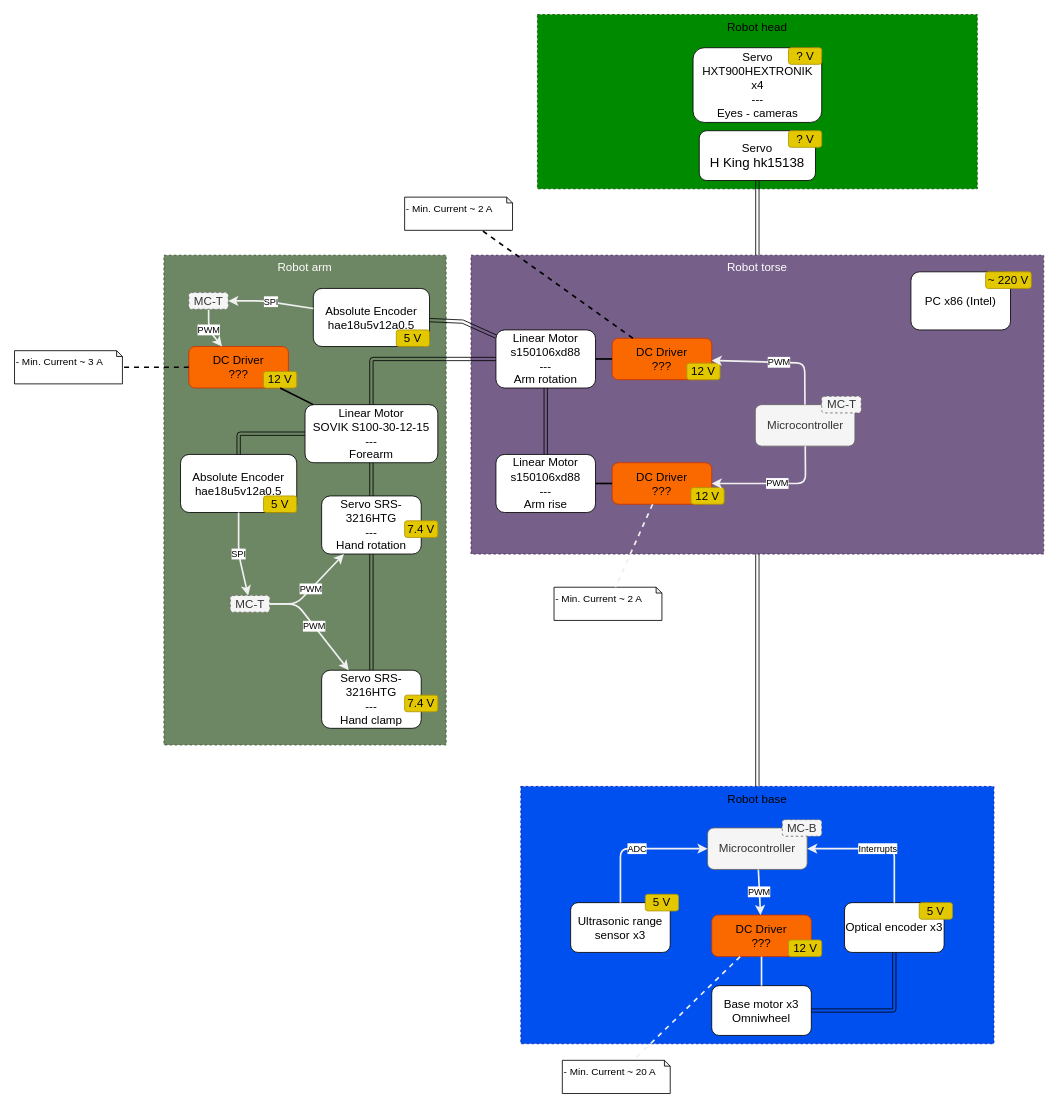
lsd-maddrive/mishanya-bot-project keeps this draw.io diagram as docs/schemes.drawio. Above is the earlier version. Source tidied: cells renumbered, new cells numbered last; positions are measured from the earlier drawing's top-left corner, leaving out a move shared by most shapes. Both pictures are drawn from the tidied source at 83%, with x=0, y=0 at pixel (14, 14).
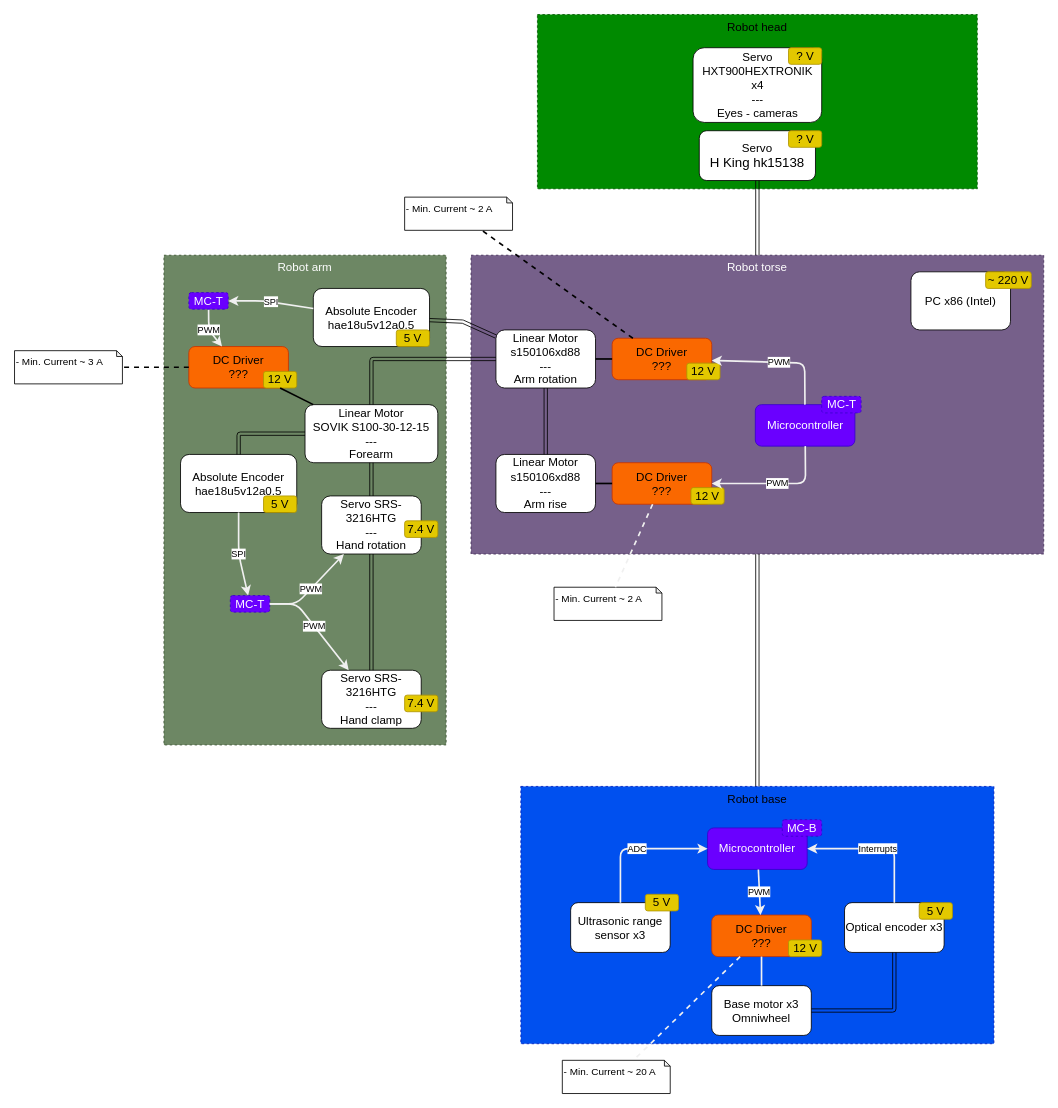
The same diagram, later.

Commit message (it also covers changes not shown here):
#3 Exported image of scheme

Diff of the diagram source:
```diff
@@
-    <mxCell id="52" value="&lt;span style=&quot;box-sizing: border-box ; text-align: left&quot;&gt;&lt;font style=&quot;font-size: 14px&quot;&gt;Microcontroller&lt;br&gt;&lt;/font&gt;&lt;/span&gt;" style="rounded=1;whiteSpace=wrap;html=1;fontSize=14;fillColor=#f5f5f5;strokeColor=#666666;fontColor=#333333;" parent="1" vertex="1">
+    <mxCell id="52" value="&lt;span style=&quot;box-sizing: border-box ; text-align: left&quot;&gt;&lt;font style=&quot;font-size: 14px&quot;&gt;Microcontroller&lt;br&gt;&lt;/font&gt;&lt;/span&gt;" style="rounded=1;whiteSpace=wrap;html=1;fontSize=14;fillColor=#6a00ff;strokeColor=#3700CC;fontColor=#ffffff;" parent="1" vertex="1">
       <mxGeometry x="835" y="980" width="120" height="50" as="geometry" />
     </mxCell>
@@
-    <mxCell id="61" value="&lt;span style=&quot;box-sizing: border-box ; text-align: left&quot;&gt;&lt;font style=&quot;font-size: 14px&quot;&gt;Microcontroller&lt;br&gt;&lt;/font&gt;&lt;/span&gt;" style="rounded=1;whiteSpace=wrap;html=1;fontSize=14;fillColor=#f5f5f5;strokeColor=#666666;fontColor=#333333;" parent="1" vertex="1">
+    <mxCell id="61" value="&lt;span style=&quot;box-sizing: border-box ; text-align: left&quot;&gt;&lt;font style=&quot;font-size: 14px&quot;&gt;Microcontroller&lt;br&gt;&lt;/font&gt;&lt;/span&gt;" style="rounded=1;whiteSpace=wrap;html=1;fontSize=14;fillColor=#6a00ff;strokeColor=#3700CC;fontColor=#ffffff;" parent="1" vertex="1">
       <mxGeometry x="892.5" y="470" width="120" height="50" as="geometry" />
     </mxCell>
@@
-    <mxCell id="64" value="&lt;span style=&quot;box-sizing: border-box ; text-align: left&quot;&gt;&lt;font style=&quot;font-size: 14px&quot;&gt;MC-T&lt;br&gt;&lt;/font&gt;&lt;/span&gt;" style="rounded=1;whiteSpace=wrap;html=1;fontSize=14;fillColor=#f5f5f5;strokeColor=#666666;fontColor=#333333;dashed=1;" parent="1" vertex="1">
+    <mxCell id="64" value="&lt;span style=&quot;box-sizing: border-box ; text-align: left&quot;&gt;&lt;font style=&quot;font-size: 14px&quot;&gt;MC-T&lt;br&gt;&lt;/font&gt;&lt;/span&gt;" style="rounded=1;whiteSpace=wrap;html=1;fontSize=14;fillColor=#6a00ff;strokeColor=#3700CC;fontColor=#ffffff;dashed=1;" parent="1" vertex="1">
       <mxGeometry x="972.5" y="460" width="47.5" height="20" as="geometry" />
     </mxCell>
@@
-    <mxCell id="66" value="&lt;span style=&quot;box-sizing: border-box ; text-align: left&quot;&gt;&lt;font style=&quot;font-size: 14px&quot;&gt;MC-T&lt;br&gt;&lt;/font&gt;&lt;/span&gt;" style="rounded=1;whiteSpace=wrap;html=1;fontSize=14;fillColor=#f5f5f5;strokeColor=#666666;fontColor=#333333;dashed=1;" parent="1" vertex="1">
+    <mxCell id="66" value="&lt;span style=&quot;box-sizing: border-box ; text-align: left&quot;&gt;&lt;font style=&quot;font-size: 14px&quot;&gt;MC-T&lt;br&gt;&lt;/font&gt;&lt;/span&gt;" style="rounded=1;whiteSpace=wrap;html=1;fontSize=14;fillColor=#6a00ff;strokeColor=#3700CC;fontColor=#ffffff;dashed=1;" parent="1" vertex="1">
       <mxGeometry x="210" y="335" width="47.5" height="20" as="geometry" />
     </mxCell>
@@
-    <mxCell id="68" value="&lt;span style=&quot;box-sizing: border-box ; text-align: left&quot;&gt;&lt;font style=&quot;font-size: 14px&quot;&gt;MC-T&lt;br&gt;&lt;/font&gt;&lt;/span&gt;" style="rounded=1;whiteSpace=wrap;html=1;fontSize=14;fillColor=#f5f5f5;strokeColor=#666666;fontColor=#333333;dashed=1;" parent="1" vertex="1">
+    <mxCell id="68" value="&lt;span style=&quot;box-sizing: border-box ; text-align: left&quot;&gt;&lt;font style=&quot;font-size: 14px&quot;&gt;MC-T&lt;br&gt;&lt;/font&gt;&lt;/span&gt;" style="rounded=1;whiteSpace=wrap;html=1;fontSize=14;fillColor=#6a00ff;strokeColor=#3700CC;fontColor=#ffffff;dashed=1;" parent="1" vertex="1">
       <mxGeometry x="260" y="700" width="47.5" height="20" as="geometry" />
     </mxCell>
@@
-    <mxCell id="72" value="&lt;span style=&quot;box-sizing: border-box ; text-align: left&quot;&gt;&lt;font style=&quot;font-size: 14px&quot;&gt;MC-B&lt;br&gt;&lt;/font&gt;&lt;/span&gt;" style="rounded=1;whiteSpace=wrap;html=1;fontSize=14;fillColor=#f5f5f5;strokeColor=#666666;fontColor=#333333;dashed=1;" parent="1" vertex="1">
+    <mxCell id="72" value="&lt;span style=&quot;box-sizing: border-box ; text-align: left&quot;&gt;&lt;font style=&quot;font-size: 14px&quot;&gt;MC-B&lt;br&gt;&lt;/font&gt;&lt;/span&gt;" style="rounded=1;whiteSpace=wrap;html=1;fontSize=14;fillColor=#6a00ff;strokeColor=#3700CC;fontColor=#ffffff;dashed=1;" parent="1" vertex="1">
       <mxGeometry x="925" y="970" width="47.5" height="20" as="geometry" />
     </mxCell>
```
